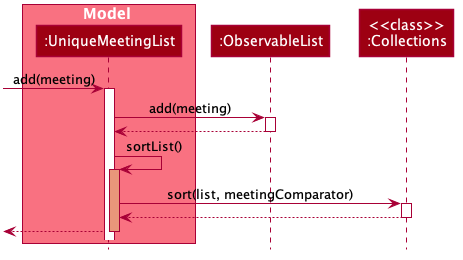
shadowezz/Productiv keeps this PlantUML diagram as docs/images/AutosortSequenceDiagram.png. Above is the earlier version.
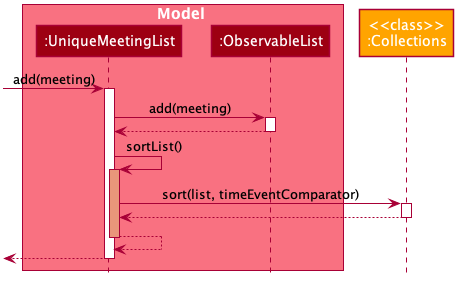
Later version of the same file.

Commit message:
Update autosort implemnetation and diagram

The edit, as a diff of the source:
```diff
@@ -1,4 +1,6 @@
 @startuml
+
+
 
 
 
@@ -43,6 +45,7 @@
 skinparam Shadowing false
 skinparam DefaultTextAlignment center
 skinparam packageStyle Rectangle
+skinparam classAttributeIconSize 0
 
 hide footbox
 hide members
@@ -50,11 +53,11 @@
 
 box Model #F97181
 participant ":UniqueMeetingList" as UniqueMeetingList #9D0012
+participant ":ObservableList" as ObservableList #9D0012
 
 end box
 
-participant ":ObservableList" as ObservableList #9D0012
-participant "<<class>>\n:Collections" as Collections #9D0012
+participant "<<class>>\n:Collections" as Collections #FFA400
 
 [-> UniqueMeetingList : add(meeting)
 activate UniqueMeetingList
@@ -68,12 +71,14 @@
 UniqueMeetingList -> UniqueMeetingList : sortList()
 activate UniqueMeetingList #DarkSalmon
 
-UniqueMeetingList -> Collections : sort(list, meetingComparator)
+UniqueMeetingList -> Collections : sort(list, timeEventComparator)
 activate Collections
 
 Collections --> UniqueMeetingList :
 deactivate Collections
 
+return
+
 [<--UniqueMeetingList
 deactivate UniqueMeetingList
 @enduml
```
